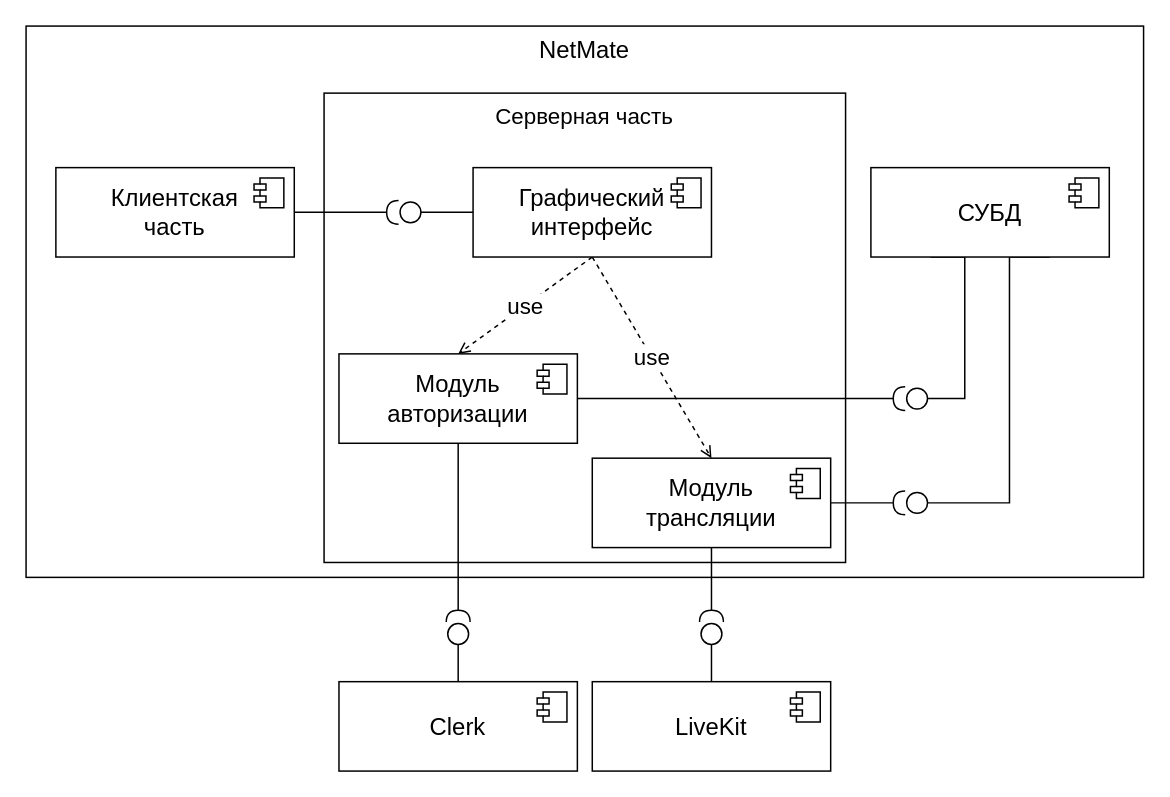
Above: page "Страница — 2" (2 of 3) of Курсовая Работа/Архитектура/Диаграмма компонентов.drawio in FaceMan01/Homework (draw.io), before the change. Source tidied: cells renumbered, new cells numbered last; positions are measured from the earlier drawing's top-left corner, leaving out a move shared by most shapes. Both pictures are drawn from the tidied source at 149%, with x=0, y=0 at pixel (25, 25).
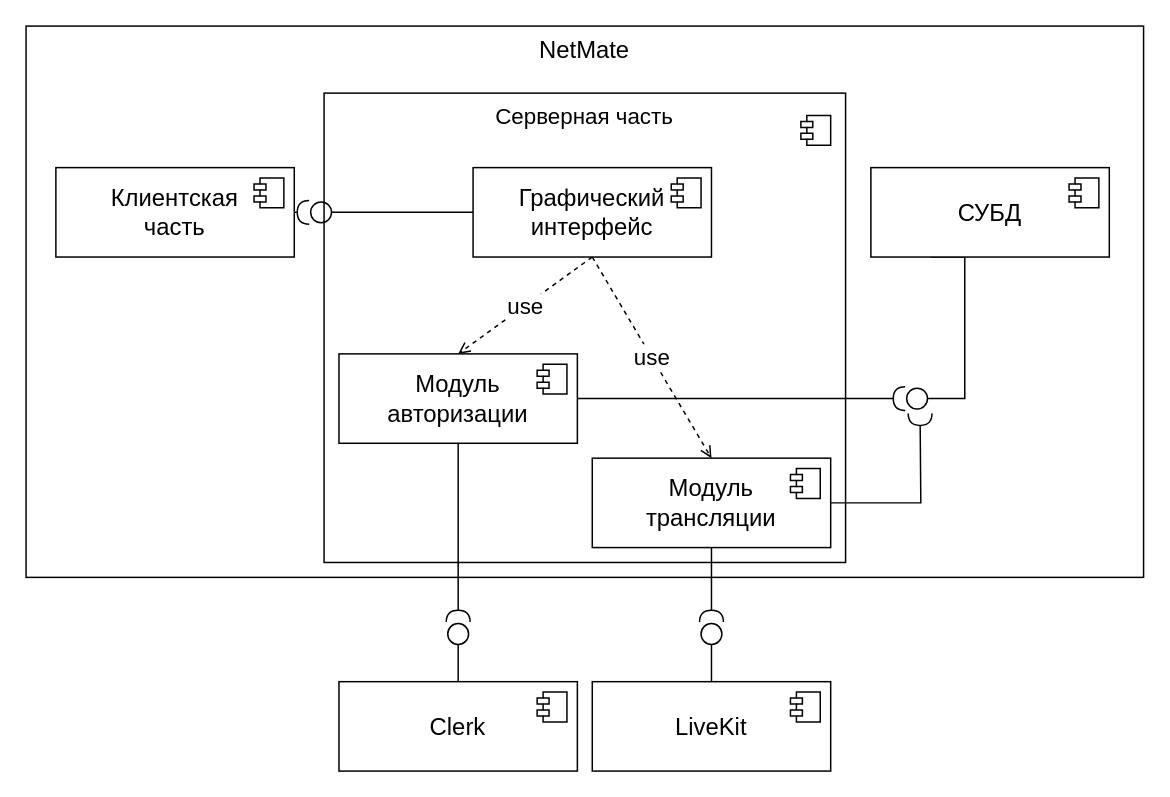
Above is the later version.

The change refers to these unchanged cells:
```xml
<mxCell id="5" value="&lt;span style=&quot;font-size: 16px;&quot;&gt;Клиентская&lt;br&gt;часть&lt;/span&gt;" style="html=1;whiteSpace=wrap;fontSize=16;fontStyle=0;" parent="1" vertex="1">
  <mxGeometry x="20" y="95" width="160" height="60" as="geometry" />
</mxCell>
<mxCell id="9" value="&lt;span style=&quot;font-size: 16px;&quot;&gt;СУБД&lt;/span&gt;" style="html=1;whiteSpace=wrap;fontSize=16;fontStyle=0;" parent="1" vertex="1">
  <mxGeometry x="567" y="95" width="160" height="60" as="geometry" />
</mxCell>
<mxCell id="17" value="&lt;span style=&quot;font-size: 16px;&quot;&gt;Модуль &lt;br style=&quot;font-size: 16px;&quot;&gt;трансляции&lt;/span&gt;" style="html=1;whiteSpace=wrap;fontSize=16;fontStyle=0;" parent="1" vertex="1">
  <mxGeometry x="380" y="290" width="160" height="60" as="geometry" />
</mxCell>
<mxCell id="22" value="Графический&lt;br style=&quot;font-size: 16px;&quot;&gt;интерфейс" style="html=1;whiteSpace=wrap;fontSize=16;fontStyle=0;" parent="1" vertex="1">
  <mxGeometry x="300" y="95" width="160" height="60" as="geometry" />
</mxCell>
```

The edit, as a diff of the source:
```diff
@@
     <mxCell id="4" style="edgeStyle=orthogonalEdgeStyle;rounded=0;jettySize=auto;html=1;exitX=1;exitY=0.5;exitDx=0;exitDy=0;endArrow=halfCircle;endFill=0;fontSize=16;" parent="1" edge="1" source="5">
       <mxGeometry relative="1" as="geometry">
-        <mxPoint x="250" y="125" as="targetPoint" />
+        <mxPoint x="190" y="125" as="targetPoint" />
       </mxGeometry>
     </mxCell>
@@
-    <mxCell id="8" style="edgeStyle=orthogonalEdgeStyle;rounded=0;jettySize=auto;html=1;exitX=0.75;exitY=1;exitDx=0;exitDy=0;endArrow=circle;endFill=0;" parent="1" edge="1" source="9">
-      <mxGeometry relative="1" as="geometry">
-        <mxPoint x="590" y="320" as="targetPoint" />
-        <Array as="points">
-          <mxPoint x="660" y="155" />
-          <mxPoint x="660" y="320" />
-        </Array>
-      </mxGeometry>
-    </mxCell>
@@
     <mxCell id="16" style="edgeStyle=orthogonalEdgeStyle;rounded=0;jettySize=auto;html=1;exitX=1;exitY=0.5;exitDx=0;exitDy=0;endArrow=halfCircle;endFill=0;" parent="1" edge="1" source="17">
       <mxGeometry relative="1" as="geometry">
-        <mxPoint x="590" y="320" as="targetPoint" />
+        <mxPoint x="600" y="260" as="targetPoint" />
       </mxGeometry>
     </mxCell>
@@
     <mxCell id="19" style="edgeStyle=orthogonalEdgeStyle;rounded=0;jettySize=auto;html=1;exitX=0;exitY=0.5;exitDx=0;exitDy=0;endArrow=circle;endFill=0;fontSize=16;" parent="1" edge="1" source="22">
       <mxGeometry relative="1" as="geometry">
-        <mxPoint x="250" y="125" as="targetPoint" />
+        <mxPoint x="190" y="125" as="targetPoint" />
       </mxGeometry>
     </mxCell>
@@
+    <mxCell id="30" style="shape=module;jettyWidth=8;jettyHeight=4;fontSize=16;" parent="1" vertex="1">
+      <mxGeometry x="520" y="60" width="20" height="20" as="geometry" />
+    </mxCell>
```
